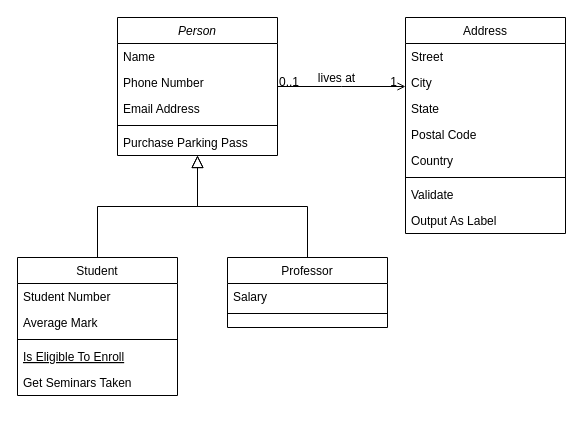
Earlier version of the draw.io diagram Models.drawio (upkl/odin-rails-advanced-forms-flight-booker). Source tidied: cells renumbered, new cells numbered last; positions are measured from the earlier drawing's top-left corner, leaving out a move shared by most shapes. Both pictures are drawn from the tidied source at 100%, with x=0, y=0 at pixel (17, 17).
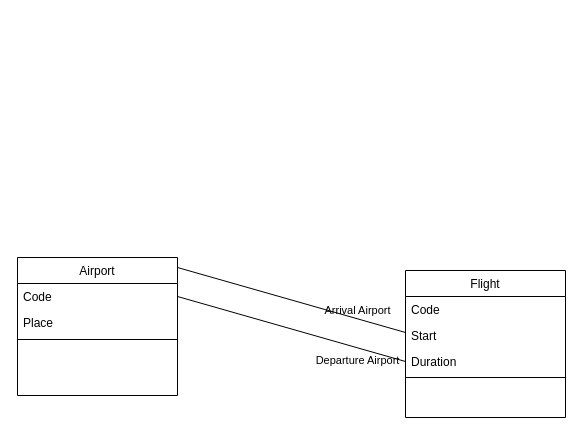
After the change.

Commit message:
UML: models for step 1

Change to the diagram source:
```diff
@@
-    <mxCell id="2" value="Person" style="swimlane;fontStyle=2;align=center;verticalAlign=top;horizontal=1;startSize=26;rounded=0;shadow=0;strokeWidth=1;" parent="1" vertex="1">
-      <mxGeometry x="100" width="160" height="138" as="geometry" />
-    </mxCell>
-    <mxCell id="3" value="Name" style="text;align=left;verticalAlign=top;spacingLeft=4;spacingRight=4;overflow=hidden;" parent="2" vertex="1">
-      <mxGeometry y="26" width="160" height="26" as="geometry" />
-    </mxCell>
-    <mxCell id="4" value="Phone Number" style="text;align=left;verticalAlign=top;spacingLeft=4;spacingRight=4;overflow=hidden;rounded=0;shadow=0;html=0;" parent="2" vertex="1">
-      <mxGeometry y="52" width="160" height="26" as="geometry" />
-    </mxCell>
-    <mxCell id="5" value="Email Address" style="text;align=left;verticalAlign=top;spacingLeft=4;spacingRight=4;overflow=hidden;rounded=0;shadow=0;html=0;" parent="2" vertex="1">
-      <mxGeometry y="78" width="160" height="26" as="geometry" />
-    </mxCell>
-    <mxCell id="6" style="line;html=1;strokeWidth=1;align=left;verticalAlign=middle;spacingTop=-1;spacingLeft=3;spacingRight=3;labelPosition=right;" parent="2" vertex="1">
-      <mxGeometry y="104" width="160" height="8" as="geometry" />
-    </mxCell>
-    <mxCell id="7" value="Purchase Parking Pass" style="text;align=left;verticalAlign=top;spacingLeft=4;spacingRight=4;overflow=hidden;" parent="2" vertex="1">
-      <mxGeometry y="112" width="160" height="26" as="geometry" />
-    </mxCell>
-    <mxCell id="8" value="Student" style="swimlane;fontStyle=0;align=center;verticalAlign=top;horizontal=1;startSize=26;rounded=0;shadow=0;strokeWidth=1;" parent="1" vertex="1">
+    <mxCell id="8" value="Airport" style="swimlane;fontStyle=0;align=center;verticalAlign=top;horizontal=1;startSize=26;rounded=0;shadow=0;strokeWidth=1;" parent="1" vertex="1">
       <mxGeometry y="240" width="160" height="138" as="geometry" />
     </mxCell>
-    <mxCell id="9" value="Student Number" style="text;align=left;verticalAlign=top;spacingLeft=4;spacingRight=4;overflow=hidden;points=[[0,0.5],[1,0.5]];portConstraint=eastwest;" parent="8" vertex="1">
+    <mxCell id="9" value="Code" style="text;align=left;verticalAlign=top;spacingLeft=4;spacingRight=4;overflow=hidden;points=[[0,0.5],[1,0.5]];portConstraint=eastwest;" parent="8" vertex="1">
       <mxGeometry y="26" width="160" height="26" as="geometry" />
     </mxCell>
-    <mxCell id="10" value="Average Mark" style="text;align=left;verticalAlign=top;spacingLeft=4;spacingRight=4;overflow=hidden;rounded=0;shadow=0;html=0;" parent="8" vertex="1">
+    <mxCell id="10" value="Place" style="text;align=left;verticalAlign=top;spacingLeft=4;spacingRight=4;overflow=hidden;rounded=0;shadow=0;html=0;" parent="8" vertex="1">
       <mxGeometry y="52" width="160" height="26" as="geometry" />
     </mxCell>
@@
-    <mxCell id="12" value="Is Eligible To Enroll" style="text;align=left;verticalAlign=top;spacingLeft=4;spacingRight=4;overflow=hidden;fontStyle=4;" parent="8" vertex="1">
-      <mxGeometry y="86" width="160" height="26" as="geometry" />
-    </mxCell>
-    <mxCell id="13" value="Get Seminars Taken" style="text;align=left;verticalAlign=top;spacingLeft=4;spacingRight=4;overflow=hidden;" parent="8" vertex="1">
-      <mxGeometry y="112" width="160" height="26" as="geometry" />
-    </mxCell>
-    <mxCell id="14" style="endArrow=block;endSize=10;endFill=0;shadow=0;strokeWidth=1;rounded=0;edgeStyle=elbowEdgeStyle;elbow=vertical;" parent="1" edge="1" source="8" target="2">
-      <mxGeometry relative="1" as="geometry" />
-    </mxCell>
-    <mxCell id="15" value="Professor" style="swimlane;fontStyle=0;align=center;verticalAlign=top;horizontal=1;startSize=26;rounded=0;shadow=0;strokeWidth=1;" parent="1" vertex="1">
-      <mxGeometry x="210" y="240" width="160" height="70" as="geometry" />
+    <mxCell id="15" value="Flight" style="swimlane;fontStyle=0;align=center;verticalAlign=top;horizontal=1;startSize=26;rounded=0;shadow=0;strokeWidth=1;" parent="1" vertex="1">
+      <mxGeometry x="388" y="253" width="160" height="147" as="geometry" />
     </mxCell>
-    <mxCell id="16" value="Salary" style="text;align=left;verticalAlign=top;spacingLeft=4;spacingRight=4;overflow=hidden;" parent="15" vertex="1">
+    <mxCell id="16" value="Code" style="text;align=left;verticalAlign=top;spacingLeft=4;spacingRight=4;overflow=hidden;" parent="15" vertex="1">
       <mxGeometry y="26" width="160" height="26" as="geometry" />
     </mxCell>
+    <mxCell id="32" value="Start" style="text;align=left;verticalAlign=top;spacingLeft=4;spacingRight=4;overflow=hidden;" parent="15" vertex="1">
+      <mxGeometry y="52" width="160" height="26" as="geometry" />
+    </mxCell>
+    <mxCell id="33" value="Duration" style="text;align=left;verticalAlign=top;spacingLeft=4;spacingRight=4;overflow=hidden;points=[[0,0.5],[1,0.5]];portConstraint=eastwest;" parent="15" vertex="1">
+      <mxGeometry y="78" width="160" height="26" as="geometry" />
+    </mxCell>
     <mxCell id="17" style="line;html=1;strokeWidth=1;align=left;verticalAlign=middle;spacingTop=-1;spacingLeft=3;spacingRight=3;labelPosition=right;" parent="15" vertex="1">
-      <mxGeometry y="52" width="160" height="8" as="geometry" />
+      <mxGeometry y="104" width="160" height="6" as="geometry" />
     </mxCell>
-    <mxCell id="18" style="endArrow=block;endSize=10;endFill=0;shadow=0;strokeWidth=1;rounded=0;edgeStyle=elbowEdgeStyle;elbow=vertical;" parent="1" edge="1" source="15" target="2">
-      <mxGeometry relative="1" as="geometry" />
-    </mxCell>
-    <mxCell id="19" value="Address" style="swimlane;fontStyle=0;align=center;verticalAlign=top;horizontal=1;startSize=26;rounded=0;shadow=0;strokeWidth=1;" parent="1" vertex="1">
-      <mxGeometry x="388" width="160" height="216" as="geometry" />
-    </mxCell>
-    <mxCell id="20" value="Street" style="text;align=left;verticalAlign=top;spacingLeft=4;spacingRight=4;overflow=hidden;" parent="19" vertex="1">
-      <mxGeometry y="26" width="160" height="26" as="geometry" />
-    </mxCell>
-    <mxCell id="21" value="City" style="text;align=left;verticalAlign=top;spacingLeft=4;spacingRight=4;overflow=hidden;rounded=0;shadow=0;html=0;" parent="19" vertex="1">
-      <mxGeometry y="52" width="160" height="26" as="geometry" />
-    </mxCell>
-    <mxCell id="22" value="State" style="text;align=left;verticalAlign=top;spacingLeft=4;spacingRight=4;overflow=hidden;rounded=0;shadow=0;html=0;" parent="19" vertex="1">
-      <mxGeometry y="78" width="160" height="26" as="geometry" />
-    </mxCell>
-    <mxCell id="23" value="Postal Code" style="text;align=left;verticalAlign=top;spacingLeft=4;spacingRight=4;overflow=hidden;rounded=0;shadow=0;html=0;" parent="19" vertex="1">
-      <mxGeometry y="104" width="160" height="26" as="geometry" />
-    </mxCell>
-    <mxCell id="24" value="Country" style="text;align=left;verticalAlign=top;spacingLeft=4;spacingRight=4;overflow=hidden;rounded=0;shadow=0;html=0;" parent="19" vertex="1">
-      <mxGeometry y="130" width="160" height="26" as="geometry" />
-    </mxCell>
-    <mxCell id="25" style="line;html=1;strokeWidth=1;align=left;verticalAlign=middle;spacingTop=-1;spacingLeft=3;spacingRight=3;labelPosition=right;" parent="19" vertex="1">
-      <mxGeometry y="156" width="160" height="8" as="geometry" />
-    </mxCell>
-    <mxCell id="26" value="Validate" style="text;align=left;verticalAlign=top;spacingLeft=4;spacingRight=4;overflow=hidden;" parent="19" vertex="1">
-      <mxGeometry y="164" width="160" height="26" as="geometry" />
-    </mxCell>
-    <mxCell id="27" value="Output As Label" style="text;align=left;verticalAlign=top;spacingLeft=4;spacingRight=4;overflow=hidden;" parent="19" vertex="1">
-      <mxGeometry y="190" width="160" height="26" as="geometry" />
-    </mxCell>
-    <mxCell id="28" style="endArrow=open;shadow=0;strokeWidth=1;rounded=0;endFill=1;edgeStyle=elbowEdgeStyle;elbow=vertical;" parent="1" edge="1" source="2" target="19">
-      <mxGeometry x="0.5" y="41" relative="1" as="geometry">
-        <mxPoint x="-40" y="32" as="offset" />
-      </mxGeometry>
-    </mxCell>
-    <mxCell id="29" value="0..1" style="align=left;verticalAlign=bottom;labelBackgroundColor=none;fontSize=12;" parent="28" vertex="1">
-      <mxGeometry x="-1" relative="1" as="geometry">
-        <mxPoint y="4" as="offset" />
-      </mxGeometry>
-    </mxCell>
-    <mxCell id="30" value="1" style="align=right;verticalAlign=bottom;labelBackgroundColor=none;fontSize=12;" parent="28" vertex="1">
-      <mxGeometry x="1" relative="1" as="geometry">
-        <mxPoint x="-7" y="4" as="offset" />
-      </mxGeometry>
-    </mxCell>
-    <mxCell id="31" value="lives at" style="text;html=1;align=center;verticalAlign=middle;labelBackgroundColor=none;rounded=0;shadow=0;strokeWidth=1;fontSize=12;" parent="28" vertex="1">
-      <mxGeometry x="0.5" y="49" relative="1" as="geometry">
-        <mxPoint x="-38" y="40" as="offset" />
-      </mxGeometry>
-    </mxCell>
+    <mxCell id="34" value="Departure Airport" style="endArrow=none;html=1;rounded=0;align=center;verticalAlign=top;endFill=0;labelBackgroundColor=none;exitX=1;exitY=0.5;exitDx=0;exitDy=0;entryX=0;entryY=0.5;entryDx=0;entryDy=0;" parent="1" edge="1" source="9" target="33">
+      <mxGeometry x="0.58" relative="1" as="geometry" />
+    </mxCell>
+    <mxCell id="35" style="html=1;align=left;verticalAlign=bottom;labelBackgroundColor=none;" parent="34" vertex="1">
+      <mxGeometry x="-1" relative="1" as="geometry" />
+    </mxCell>
+    <mxCell id="36" value="Arrival Airport" style="endArrow=none;html=1;rounded=0;align=center;verticalAlign=top;endFill=0;labelBackgroundColor=none;exitX=1;exitY=0.5;exitDx=0;exitDy=0;entryX=0;entryY=0.5;entryDx=0;entryDy=0;" parent="1" edge="1">
+      <mxGeometry x="0.53" y="20" relative="1" as="geometry">
+        <mxPoint x="160" y="250" as="sourcePoint" />
+        <mxPoint x="388" y="315" as="targetPoint" />
+      </mxGeometry>
+    </mxCell>
+    <mxCell id="37" style="html=1;align=left;verticalAlign=bottom;labelBackgroundColor=none;" parent="36" vertex="1">
+      <mxGeometry x="-1" relative="1" as="geometry" />
+    </mxCell>
```
